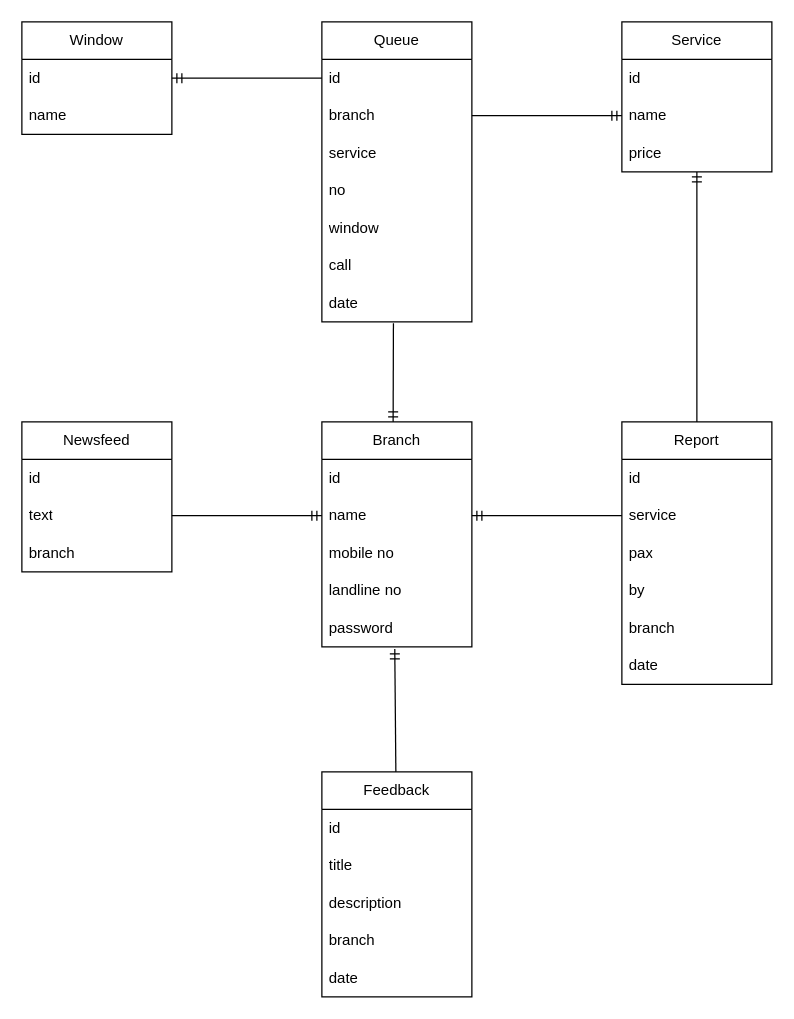
This is sys_design/ERD.drawio from KrimssmirK/attic_tours, a draw.io file, before an edit. Source tidied: cells renumbered, new cells numbered last; positions are measured from the earlier drawing's top-left corner, leaving out a move shared by most shapes. Both pictures are drawn from the tidied source at 125%, with x=0, y=0 at pixel (21, 21).
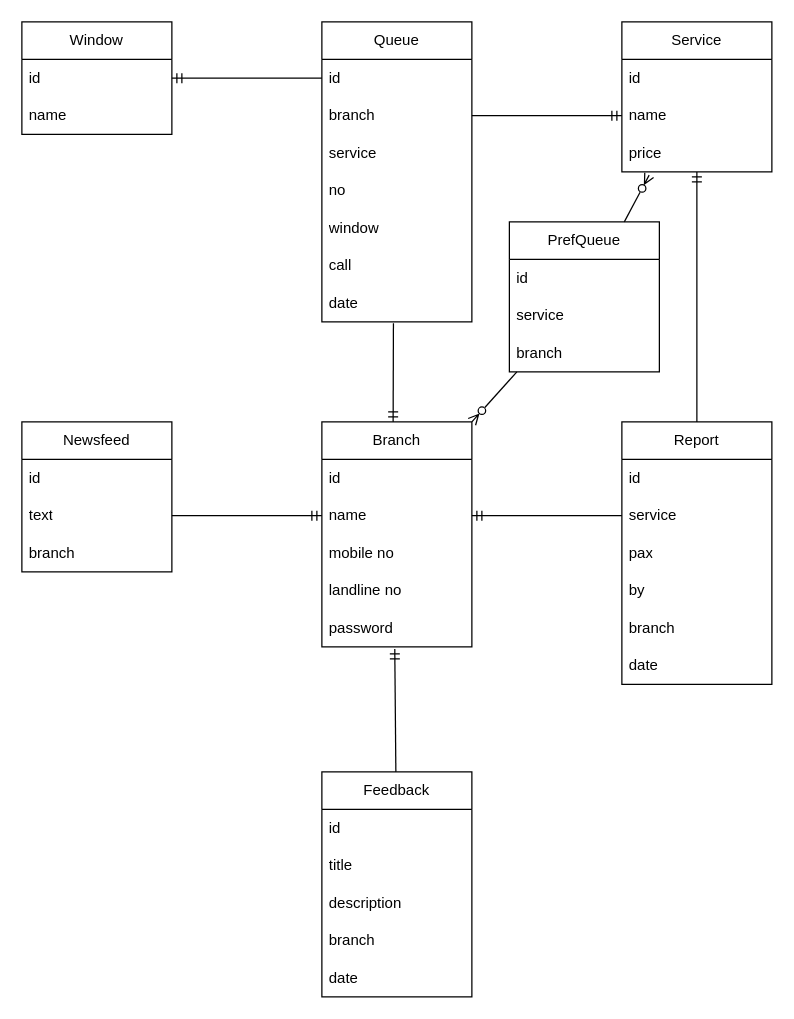
Above is the later version.

The change refers to these unchanged cells:
```xml
<mxCell id="2" value="Branch" style="swimlane;fontStyle=0;horizontal=1;startSize=30;whiteSpace=wrap;html=1;fillColor=none;" parent="1" vertex="1">
  <mxGeometry x="240" y="320" width="120" height="180" as="geometry" />
</mxCell>
<mxCell id="12" value="price" style="text;strokeColor=none;fillColor=none;align=left;verticalAlign=middle;spacingLeft=4;spacingRight=4;overflow=hidden;points=[[0,0.5],[1,0.5]];portConstraint=eastwest;whiteSpace=wrap;html=1;" parent="9" vertex="1">
  <mxGeometry y="90" width="120" height="30" as="geometry" />
</mxCell>
```

The edit, as a diff of the source:
```diff
@@
+    <mxCell id="47" style="edgeStyle=none;html=1;entryX=1;entryY=0;entryDx=0;entryDy=0;endArrow=ERzeroToMany;endFill=0;" parent="1" edge="1" source="49" target="2">
+      <mxGeometry relative="1" as="geometry" />
+    </mxCell>
+    <mxCell id="48" style="edgeStyle=none;html=1;entryX=0.182;entryY=1.087;entryDx=0;entryDy=0;entryPerimeter=0;endArrow=ERzeroToMany;endFill=0;" parent="1" edge="1" source="49" target="12">
+      <mxGeometry relative="1" as="geometry" />
+    </mxCell>
+    <mxCell id="49" value="PrefQueue" style="swimlane;fontStyle=0;horizontal=1;startSize=30;whiteSpace=wrap;html=1;fillColor=none;" parent="1" vertex="1">
+      <mxGeometry x="390" y="160" width="120" height="120" as="geometry" />
+    </mxCell>
+    <mxCell id="50" value="id" style="text;strokeColor=none;fillColor=none;align=left;verticalAlign=middle;spacingLeft=4;spacingRight=4;overflow=hidden;whiteSpace=wrap;html=1;" parent="49" vertex="1">
+      <mxGeometry y="30" width="120" height="30" as="geometry" />
+    </mxCell>
+    <mxCell id="51" value="service" style="text;strokeColor=none;fillColor=none;align=left;verticalAlign=middle;spacingLeft=4;spacingRight=4;overflow=hidden;whiteSpace=wrap;html=1;" parent="49" vertex="1">
+      <mxGeometry y="60" width="120" height="30" as="geometry" />
+    </mxCell>
+    <mxCell id="52" value="branch" style="text;strokeColor=none;fillColor=none;align=left;verticalAlign=middle;spacingLeft=4;spacingRight=4;overflow=hidden;whiteSpace=wrap;html=1;" parent="49" vertex="1">
+      <mxGeometry y="90" width="120" height="30" as="geometry" />
+    </mxCell>
```
